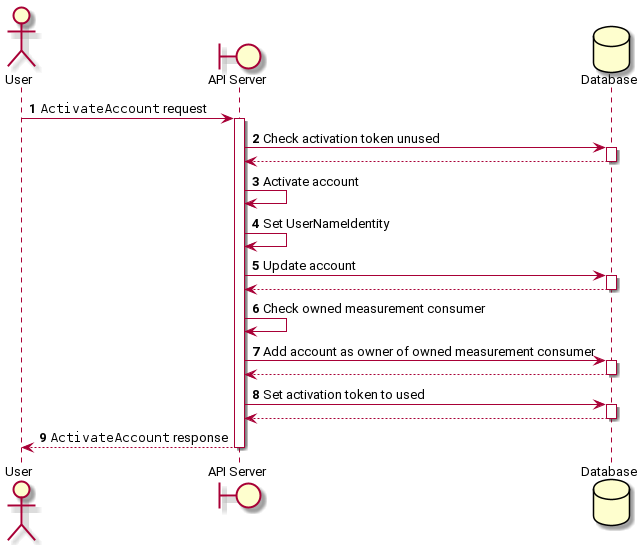
Before: docs/diagrams/account_activation.png, a diagram exported from PlantUML (world-federation-of-advertisers/cross-media-measurement-api). Its source is kept beside it as docs/diagrams/account_activation.pu. The source it was exported from:
```plantuml
@startuml

skinparam default {
  fontName "Roboto"
  fontSize 13
  defaultMonospacedFontName "Roboto Mono"
}

autonumber
actor User
boundary "API Server" as Server
database "Database" as DB

User->Server: ""ActivateAccount"" request
activate Server
Server->DB: Check activation token unused
activate DB
autonumber stop
return
autonumber resume
Server->Server: Activate account
Server->Server: Set UserNameIdentity
Server->DB: Update account
activate DB
autonumber stop
return
autonumber resume
Server->Server: Check owned measurement consumer
Server->DB: Add account as owner of owned measurement consumer
activate DB
autonumber stop
return
autonumber resume
Server->DB: Set activation token to used
activate DB
autonumber stop
return
autonumber resume
return ""ActivateAccount"" response

@enduml
```
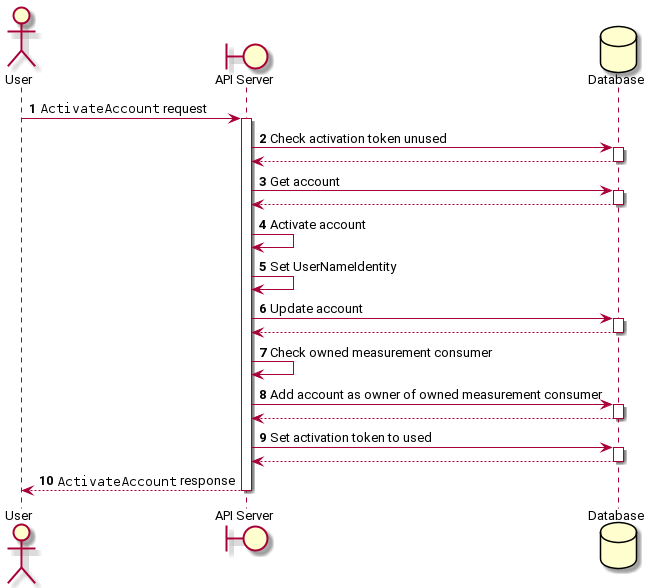
Above is the later version.

Commit message:
Add get account to account activation diagram

Change to the diagram source:
```diff
@@ -14,6 +14,11 @@
 User->Server: ""ActivateAccount"" request
 activate Server
 Server->DB: Check activation token unused
+activate DB
+autonumber stop
+return
+autonumber resume
+Server->DB: Get account
 activate DB
 autonumber stop
 return
```
